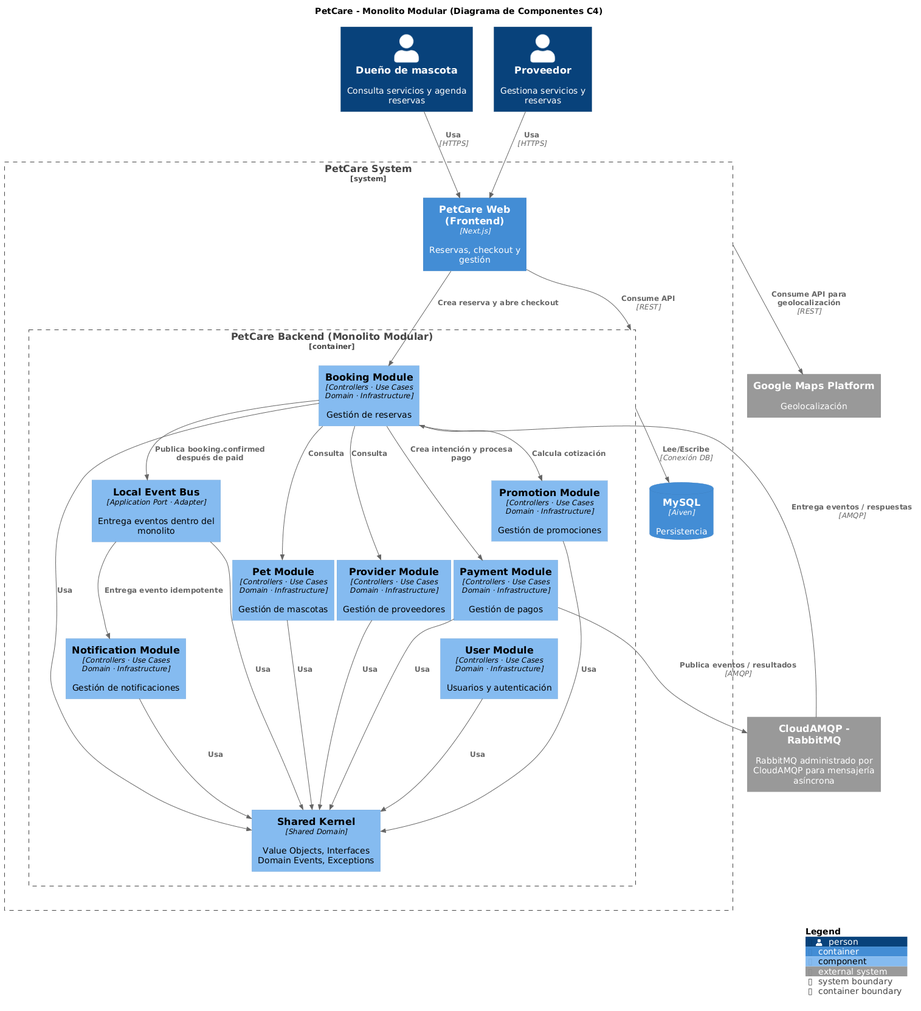
guissLib/petcare-backend keeps this PlantUML diagram as Diagrams/03-components.png. Above is the earlier version.
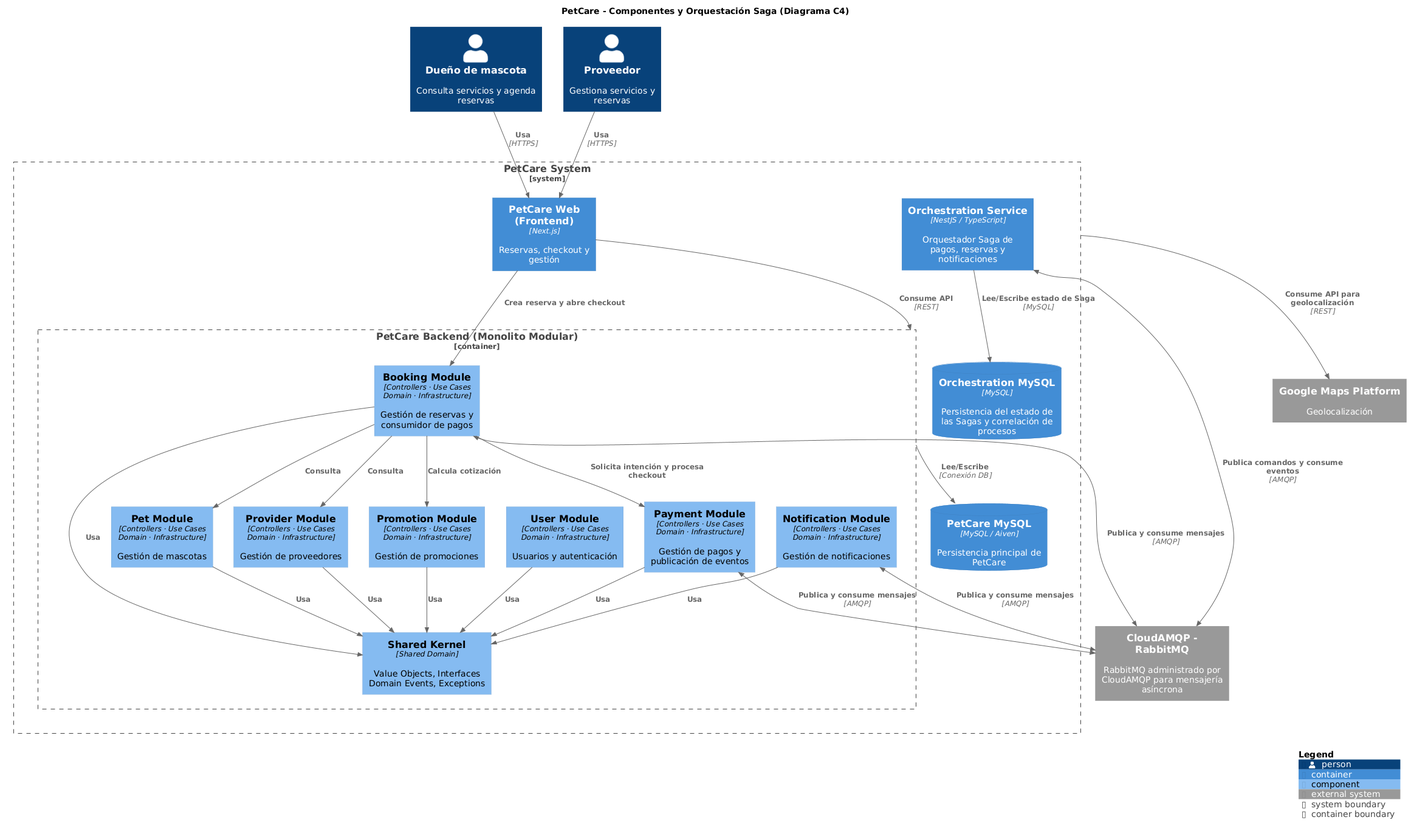
After the commit.

The edit, as a diff of the source:
```diff
@@ -1,20 +1,22 @@
 @startuml
 !include https://raw.githubusercontent.com/plantuml-stdlib/C4-PlantUML/master/C4_Component.puml
 
-title PetCare - Monolito Modular (Diagrama de Componentes C4)
+title PetCare - Componentes y Orquestación Saga (Diagrama C4)
 
 Person(owner, "Dueño de mascota", "Consulta servicios y agenda reservas")
 Person(providerUser, "Proveedor", "Gestiona servicios y reservas")
+
 
 System_Boundary(petcare, "PetCare System") {
 
     Container(web, "PetCare Web (Frontend)", "Next.js", "Reservas, checkout y gestión")
 
+
     Container_Boundary(backend, "PetCare Backend (Monolito Modular)") {
 
-        Component(booking, "Booking Module", "Controllers · Use Cases\nDomain · Infrastructure", "Gestión de reservas")
+        Component(booking, "Booking Module", "Controllers · Use Cases\nDomain · Infrastructure", "Gestión de reservas y consumidor de pagos")
 
-        Component(payment, "Payment Module", "Controllers · Use Cases\nDomain · Infrastructure", "Gestión de pagos")
+        Component(payment, "Payment Module", "Controllers · Use Cases\nDomain · Infrastructure", "Gestión de pagos y publicación de eventos")
 
         Component(user, "User Module", "Controllers · Use Cases\nDomain · Infrastructure", "Usuarios y autenticación")
 
@@ -27,12 +29,17 @@
         Component(promotion, "Promotion Module", "Controllers · Use Cases\nDomain · Infrastructure", "Gestión de promociones")
 
         Component(shared, "Shared Kernel", "Shared Domain", "Value Objects, Interfaces\nDomain Events, Exceptions")
-
-        Component(eventBus, "Local Event Bus", "Application Port · Adapter", "Entrega eventos dentro del monolito")
     }
 
-    ContainerDb(database, "MySQL", "Aiven", "Persistencia")
+
+    ContainerDb(database, "PetCare MySQL", "MySQL / Aiven", "Persistencia principal de PetCare")
+
+
+    Container(orchestrator, "Orchestration Service", "NestJS / TypeScript", "Orquestador Saga de pagos, reservas y notificaciones")
+
+    ContainerDb(orchestratorDb, "Orchestration MySQL", "MySQL", "Persistencia del estado de las Sagas y correlación de procesos")
 }
+
 
 System_Ext(maps, "Google Maps Platform", "Geolocalización")
 
@@ -51,7 +58,7 @@
 
 Rel(web, booking, "Crea reserva y abre checkout")
 
-Rel(booking, payment, "Crea intención y procesa pago")
+Rel(booking, payment, "Solicita intención y procesa checkout")
 
 Rel(booking, pet, "Consulta")
 Rel(booking, provider, "Consulta")
@@ -59,14 +66,19 @@
 
 
 
-Rel(rabbitmq, booking, "Entrega eventos / respuestas", "AMQP")
+BiRel(booking, rabbitmq, "Publica y consume mensajes", "AMQP")
 
-Rel(payment, rabbitmq, "Publica eventos / resultados", "AMQP")
+BiRel(payment, rabbitmq, "Publica y consume mensajes", "AMQP")
+
+BiRel(notification, rabbitmq, "Publica y consume mensajes", "AMQP")
 
 
 
-Rel(booking, eventBus, "Publica booking.confirmed después de paid")
-Rel(eventBus, notification, "Entrega evento idempotente")
+BiRel(orchestrator, rabbitmq, "Publica comandos y consume eventos", "AMQP")
+
+
+
+Rel(orchestrator, orchestratorDb, "Lee/Escribe estado de Saga", "MySQL")
 
 
 
@@ -77,7 +89,6 @@
 Rel(provider, shared, "Usa")
 Rel(notification, shared, "Usa")
 Rel(promotion, shared, "Usa")
-Rel(eventBus, shared, "Usa")
 
 
 
```
